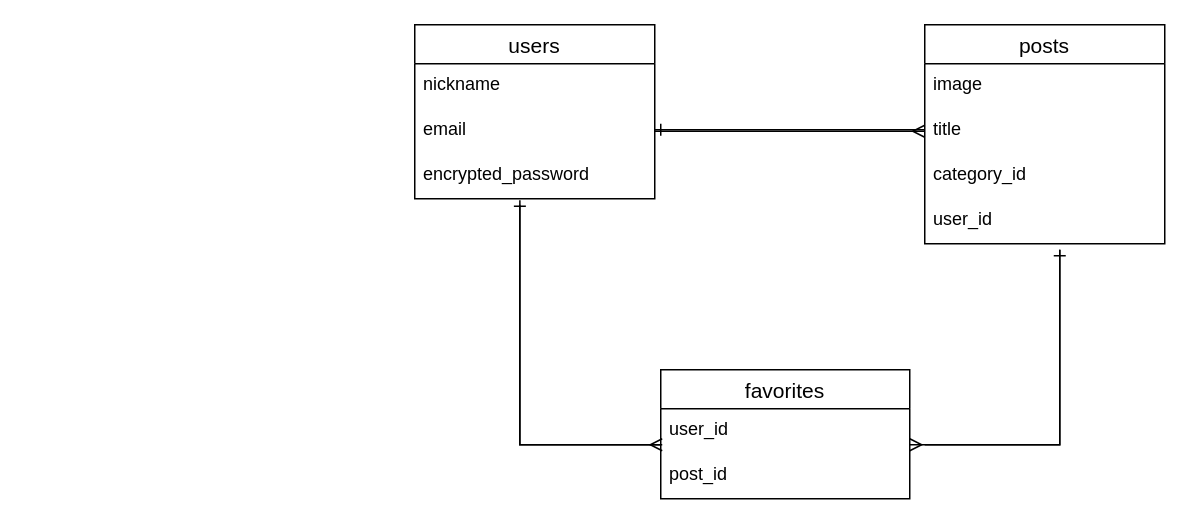
This is ER.dio from ittonnoshio/original-app, a draw.io file, before an edit. Source tidied: cells renumbered, new cells numbered last; positions are measured from the earlier drawing's top-left corner, leaving out a move shared by most shapes. Both pictures are drawn from the tidied source at 150%, with x=0, y=0 at pixel (414, 24).
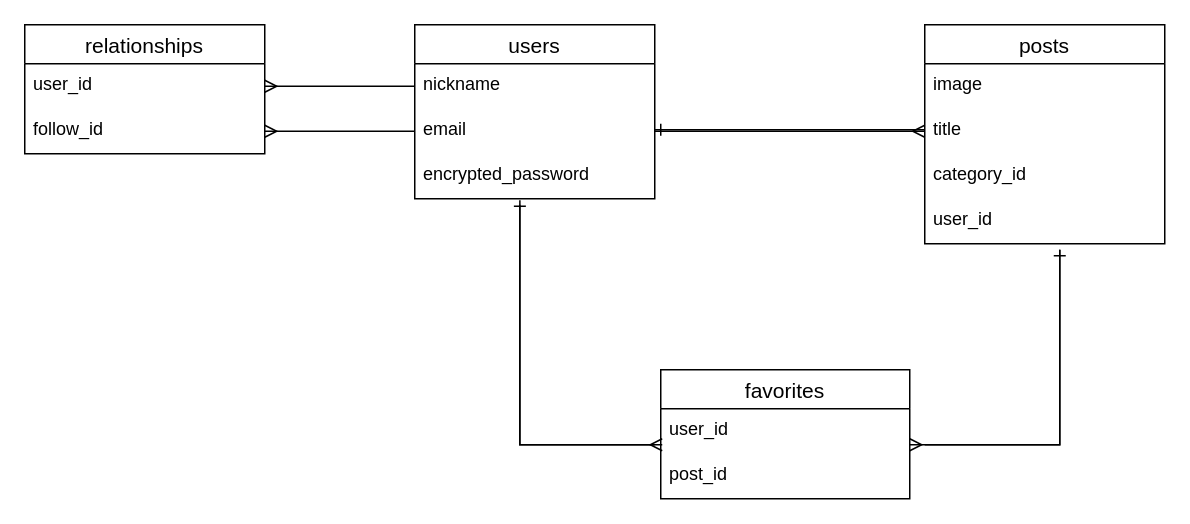
After the change.

The change refers to these unchanged cells:
```xml
<mxCell id="3" value="nickname" style="text;strokeColor=none;fillColor=none;spacingLeft=4;spacingRight=4;overflow=hidden;points=[[0,0.5],[1,0.5]];portConstraint=eastwest;fontSize=12;" parent="2" vertex="1">
  <mxGeometry y="26" width="160" height="30" as="geometry" />
</mxCell>
<mxCell id="4" value="email" style="text;strokeColor=none;fillColor=none;spacingLeft=4;spacingRight=4;overflow=hidden;points=[[0,0.5],[1,0.5]];portConstraint=eastwest;fontSize=12;" parent="2" vertex="1">
  <mxGeometry y="56" width="160" height="30" as="geometry" />
</mxCell>
<mxCell id="5" value="encrypted_password" style="text;strokeColor=none;fillColor=none;spacingLeft=4;spacingRight=4;overflow=hidden;points=[[0,0.5],[1,0.5]];portConstraint=eastwest;fontSize=12;" parent="2" vertex="1">
  <mxGeometry y="86" width="160" height="30" as="geometry" />
</mxCell>
```

Change to the diagram source:
```diff
@@
     <mxCell id="17" style="edgeStyle=orthogonalEdgeStyle;rounded=0;jettySize=auto;html=1;entryX=0.438;entryY=1.033;entryDx=0;entryDy=0;entryPerimeter=0;endArrow=ERone;endFill=0;" parent="1" edge="1" target="5">
       <mxGeometry relative="1" as="geometry">
-        <mxPoint x="164" y="280" as="sourcePoint" />
+        <mxPoint x="160" y="280" as="sourcePoint" />
         <Array as="points">
-          <mxPoint x="164" y="280" />
           <mxPoint x="70" y="280" />
         </Array>
       </mxGeometry>
     </mxCell>
@@
+    <mxCell id="20" value="relationships" style="swimlane;fontStyle=0;horizontal=1;startSize=26;align=center;fontSize=14;" parent="1" vertex="1">
+      <mxGeometry x="-260" width="160" height="86" as="geometry" />
+    </mxCell>
+    <mxCell id="21" value="user_id" style="text;strokeColor=none;fillColor=none;spacingLeft=4;spacingRight=4;overflow=hidden;points=[[0,0.5],[1,0.5]];portConstraint=eastwest;fontSize=12;" parent="20" vertex="1">
+      <mxGeometry y="26" width="160" height="30" as="geometry" />
+    </mxCell>
+    <mxCell id="22" value="follow_id" style="text;strokeColor=none;fillColor=none;spacingLeft=4;spacingRight=4;overflow=hidden;points=[[0,0.5],[1,0.5]];portConstraint=eastwest;fontSize=12;" parent="20" vertex="1">
+      <mxGeometry y="56" width="160" height="30" as="geometry" />
+    </mxCell>
+    <mxCell id="23" style="edgeStyle=orthogonalEdgeStyle;rounded=0;jettySize=auto;html=1;exitX=0;exitY=0.5;exitDx=0;exitDy=0;entryX=1;entryY=0.5;entryDx=0;entryDy=0;endArrow=ERmany;endFill=0;" parent="1" edge="1" source="3" target="21">
+      <mxGeometry relative="1" as="geometry" />
+    </mxCell>
+    <mxCell id="24" style="edgeStyle=orthogonalEdgeStyle;rounded=0;jettySize=auto;html=1;exitX=0;exitY=0.5;exitDx=0;exitDy=0;entryX=1;entryY=0.5;entryDx=0;entryDy=0;endArrow=ERmany;endFill=0;" parent="1" edge="1" source="4" target="22">
+      <mxGeometry relative="1" as="geometry" />
+    </mxCell>
```
